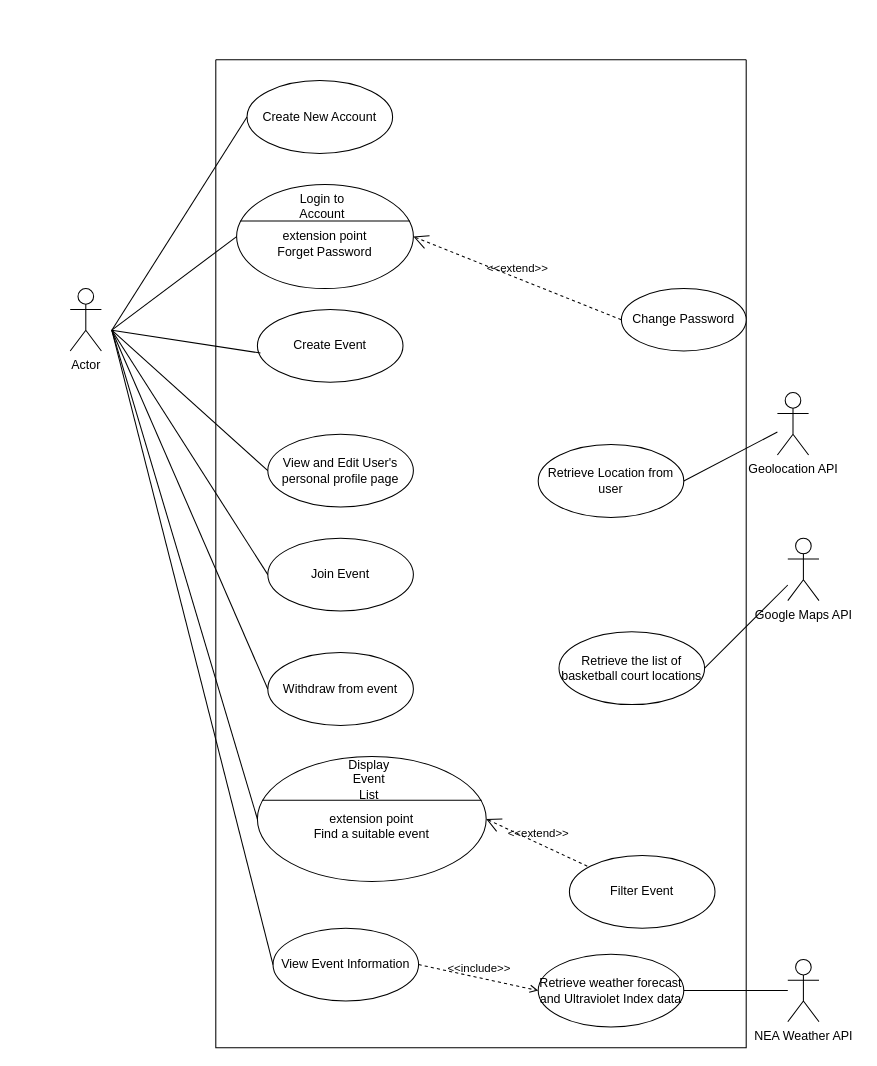
The draw.io diagram Untitled Diagram.drawio in Tinkybala/basket, before the edit. Source tidied: cells renumbered, new cells numbered last; positions are measured from the earlier drawing's top-left corner, leaving out a move shared by most shapes. Both pictures are drawn from the tidied source at 104%, with x=0, y=0 at pixel (70, 59).
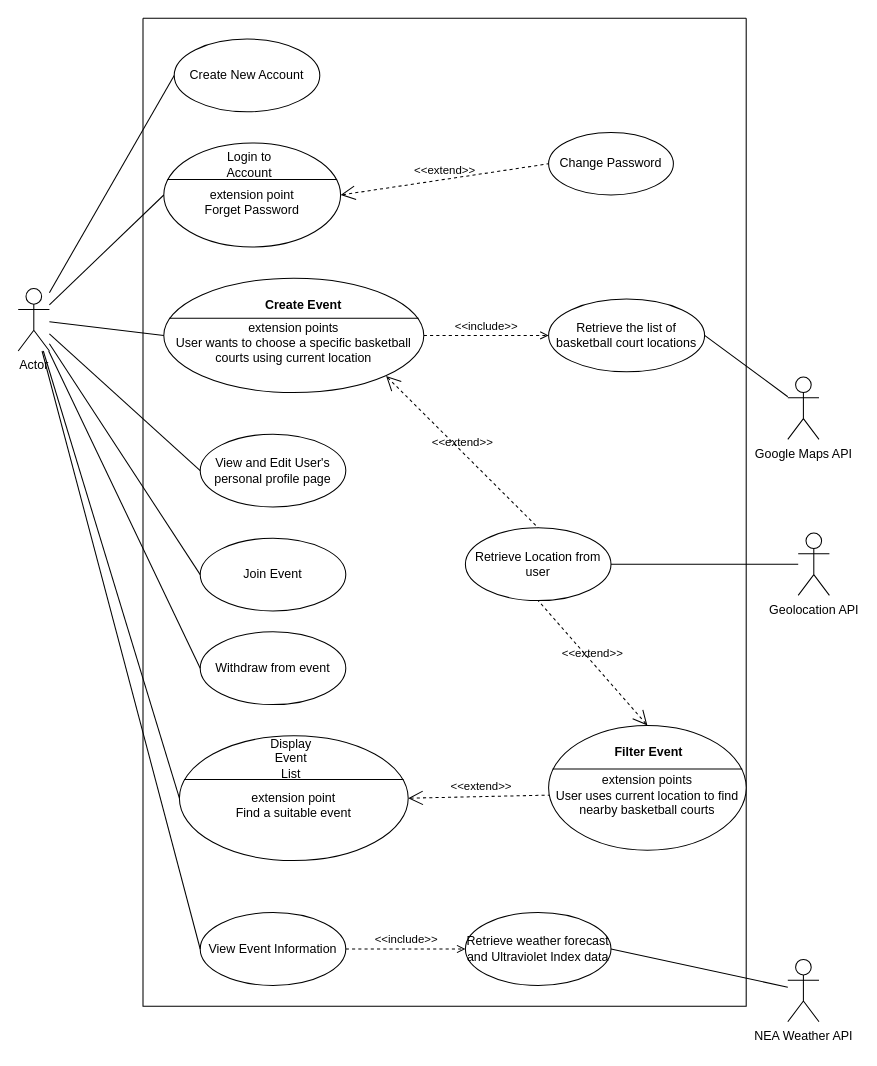
The same page after the edit.

Commit message:
Final communist party plan

The change refers to these unchanged cells:
```xml
<mxCell id="4" value="Create New Account" style="ellipse;whiteSpace=wrap;html=1;" parent="3" vertex="1">
  <mxGeometry x="30" y="20" width="140" height="70" as="geometry" />
</mxCell>
<mxCell id="9" value="&lt;br&gt;extension point&lt;br&gt;&lt;div&gt;Forget Password&lt;/div&gt;" style="html=1;shape=mxgraph.sysml.useCaseExtPt;whiteSpace=wrap;align=center;" parent="3" vertex="1">
  <mxGeometry x="20" y="120" width="170" height="100" as="geometry" />
</mxCell>
```

Change to the diagram source:
```diff
@@
     <mxCell id="2" value="Actor" style="shape=umlActor;verticalLabelPosition=bottom;verticalAlign=top;html=1;outlineConnect=0;" parent="1" vertex="1">
-      <mxGeometry y="220" width="30" height="60" as="geometry" />
+      <mxGeometry x="-50" y="220" width="30" height="60" as="geometry" />
     </mxCell>
     <mxCell id="3" style="swimlane;startSize=0;" parent="1" vertex="1">
-      <mxGeometry x="140" width="510" height="950" as="geometry" />
+      <mxGeometry x="70" y="-40" width="580" height="950" as="geometry" />
     </mxCell>
@@
     <mxCell id="5" value="View and Edit User's personal profile page" style="ellipse;whiteSpace=wrap;html=1;" parent="3" vertex="1">
-      <mxGeometry x="50" y="360" width="140" height="70" as="geometry" />
+      <mxGeometry x="55" y="400" width="140" height="70" as="geometry" />
     </mxCell>
     <mxCell id="6" value="Withdraw from event" style="ellipse;whiteSpace=wrap;html=1;" parent="3" vertex="1">
-      <mxGeometry x="50" y="570" width="140" height="70" as="geometry" />
+      <mxGeometry x="55" y="590" width="140" height="70" as="geometry" />
     </mxCell>
-    <mxCell id="7" value="Create Event" style="ellipse;whiteSpace=wrap;html=1;" parent="3" vertex="1">
-      <mxGeometry x="40" y="240" width="140" height="70" as="geometry" />
-    </mxCell>
-    <mxCell id="8" value="Filter Event" style="ellipse;whiteSpace=wrap;html=1;" parent="3" vertex="1">
-      <mxGeometry x="340" y="765" width="140" height="70" as="geometry" />
-    </mxCell>
@@
     <mxCell id="11" value="Join Event" style="ellipse;whiteSpace=wrap;html=1;" parent="3" vertex="1">
-      <mxGeometry x="50" y="460" width="140" height="70" as="geometry" />
+      <mxGeometry x="55" y="500" width="140" height="70" as="geometry" />
     </mxCell>
     <mxCell id="12" value="&lt;span style=&quot;font-weight: normal;&quot;&gt;Change Password&lt;/span&gt;" style="shape=ellipse;html=1;strokeWidth=1;fontStyle=1;whiteSpace=wrap;align=center;perimeter=ellipsePerimeter;" parent="3" vertex="1">
-      <mxGeometry x="390" y="220" width="120" height="60" as="geometry" />
+      <mxGeometry x="390" y="110" width="120" height="60" as="geometry" />
     </mxCell>
@@
-    <mxCell id="14" value="&amp;lt;&amp;lt;extend&amp;gt;&amp;gt;" style="edgeStyle=none;html=1;startArrow=open;endArrow=none;startSize=12;verticalAlign=bottom;dashed=1;labelBackgroundColor=none;rounded=0;exitX=1;exitY=0.5;exitDx=0;exitDy=0;exitPerimeter=0;" parent="3" edge="1" source="15" target="8">
+    <mxCell id="14" value="&amp;lt;&amp;lt;extend&amp;gt;&amp;gt;" style="edgeStyle=none;html=1;startArrow=open;endArrow=none;startSize=12;verticalAlign=bottom;dashed=1;labelBackgroundColor=none;rounded=0;exitX=1;exitY=0.5;exitDx=0;exitDy=0;exitPerimeter=0;entryX=0.021;entryY=0.558;entryDx=0;entryDy=0;entryPerimeter=0;" parent="3" edge="1" source="15" target="37">
       <mxGeometry relative="1" as="geometry" />
     </mxCell>
     <mxCell id="15" value="&lt;br&gt;extension point&lt;br&gt;&lt;div&gt;Find a suitable event&lt;/div&gt;" style="html=1;shape=mxgraph.sysml.useCaseExtPt;whiteSpace=wrap;align=center;" parent="3" vertex="1">
-      <mxGeometry x="40" y="670" width="220" height="120" as="geometry" />
+      <mxGeometry x="35" y="690" width="220" height="120" as="geometry" />
     </mxCell>
@@
     <mxCell id="17" value="Retrieve Location from user" style="ellipse;whiteSpace=wrap;html=1;" parent="3" vertex="1">
-      <mxGeometry x="310" y="370" width="140" height="70" as="geometry" />
+      <mxGeometry x="310" y="490" width="140" height="70" as="geometry" />
     </mxCell>
     <mxCell id="18" value="Retrieve the list of basketball court locations" style="ellipse;whiteSpace=wrap;html=1;" parent="3" vertex="1">
-      <mxGeometry x="330" y="550" width="140" height="70" as="geometry" />
+      <mxGeometry x="390" y="270" width="150" height="70" as="geometry" />
     </mxCell>
@@
     <mxCell id="20" value="View Event Information" style="ellipse;whiteSpace=wrap;html=1;" parent="3" vertex="1">
-      <mxGeometry x="55" y="835" width="140" height="70" as="geometry" />
+      <mxGeometry x="55" y="860" width="140" height="70" as="geometry" />
     </mxCell>
@@
+    <mxCell id="36" value="&amp;lt;&amp;lt;include&amp;gt;&amp;gt;" style="edgeStyle=none;html=1;endArrow=open;verticalAlign=bottom;dashed=1;labelBackgroundColor=none;rounded=0;entryX=0;entryY=0.5;entryDx=0;entryDy=0;exitX=1;exitY=0.5;exitDx=0;exitDy=0;exitPerimeter=0;" parent="3" edge="1" source="39" target="18">
+      <mxGeometry relative="1" as="geometry" />
+    </mxCell>
+    <mxCell id="37" value="&lt;br&gt;extension points&lt;br&gt;User uses current location to find nearby basketball courts" style="html=1;shape=mxgraph.sysml.useCaseExtPt;whiteSpace=wrap;align=center;" parent="3" vertex="1">
+      <mxGeometry x="390" y="680" width="190" height="120" as="geometry" />
+    </mxCell>
+    <mxCell id="8" value="Filter Event" style="html=1;verticalAlign=middle;align=center;labelBackgroundColor=none;fontStyle=1;" parent="37" vertex="1">
+      <mxGeometry x="95" y="25.5" as="geometry" />
+    </mxCell>
+    <mxCell id="38" value="&amp;lt;&amp;lt;extend&amp;gt;&amp;gt;" style="edgeStyle=none;html=1;startArrow=open;endArrow=none;startSize=12;verticalAlign=bottom;dashed=1;labelBackgroundColor=none;rounded=0;exitX=0.5;exitY=0;exitDx=0;exitDy=0;exitPerimeter=0;entryX=0.5;entryY=1;entryDx=0;entryDy=0;" parent="3" edge="1" source="37" target="17">
+      <mxGeometry relative="1" as="geometry" />
+    </mxCell>
+    <mxCell id="39" value="&lt;br&gt;extension points&lt;div&gt;User wants to choose a specific basketball courts using current location&lt;/div&gt;" style="html=1;shape=mxgraph.sysml.useCaseExtPt;whiteSpace=wrap;align=center;" parent="3" vertex="1">
+      <mxGeometry x="20" y="250" width="250" height="110" as="geometry" />
+    </mxCell>
+    <mxCell id="7" value="Create Event" style="html=1;verticalAlign=middle;align=center;labelBackgroundColor=none;fontStyle=1;" parent="39" vertex="1">
+      <mxGeometry x="125" y="23.4" as="geometry">
+        <mxPoint x="8" y="2" as="offset" />
+      </mxGeometry>
+    </mxCell>
+    <mxCell id="40" value="&amp;lt;&amp;lt;extend&amp;gt;&amp;gt;" style="edgeStyle=none;html=1;startArrow=open;endArrow=none;startSize=12;verticalAlign=bottom;dashed=1;labelBackgroundColor=none;rounded=0;entryX=0.5;entryY=0;entryDx=0;entryDy=0;exitX=0.855;exitY=0.855;exitDx=0;exitDy=0;exitPerimeter=0;" parent="3" edge="1" source="39" target="17">
+      <mxGeometry relative="1" as="geometry" />
+    </mxCell>
-    <mxCell id="22" style="edgeStyle=none;html=1;endArrow=none;verticalAlign=bottom;rounded=0;entryX=0;entryY=0.5;entryDx=0;entryDy=0;" parent="1" edge="1" target="4">
-      <mxGeometry relative="1" as="geometry">
-        <mxPoint x="40" y="260" as="sourcePoint" />
-      </mxGeometry>
+    <mxCell id="22" style="edgeStyle=none;html=1;endArrow=none;verticalAlign=bottom;rounded=0;entryX=0;entryY=0.5;entryDx=0;entryDy=0;" parent="1" edge="1" source="2" target="4">
+      <mxGeometry relative="1" as="geometry" />
     </mxCell>
-    <mxCell id="23" style="edgeStyle=none;html=1;endArrow=none;verticalAlign=bottom;rounded=0;entryX=0;entryY=0.5;entryDx=0;entryDy=0;entryPerimeter=0;" parent="1" edge="1" target="9">
-      <mxGeometry relative="1" as="geometry">
-        <mxPoint x="40" y="260" as="sourcePoint" />
-      </mxGeometry>
+    <mxCell id="23" style="edgeStyle=none;html=1;endArrow=none;verticalAlign=bottom;rounded=0;entryX=0;entryY=0.5;entryDx=0;entryDy=0;entryPerimeter=0;" parent="1" edge="1" source="2" target="9">
+      <mxGeometry relative="1" as="geometry" />
     </mxCell>
-    <mxCell id="24" style="edgeStyle=none;html=1;endArrow=none;verticalAlign=bottom;rounded=0;entryX=0.021;entryY=0.6;entryDx=0;entryDy=0;entryPerimeter=0;" parent="1" edge="1" target="7">
-      <mxGeometry relative="1" as="geometry">
-        <mxPoint x="40" y="260" as="sourcePoint" />
-      </mxGeometry>
+    <mxCell id="24" style="edgeStyle=none;html=1;endArrow=none;verticalAlign=bottom;rounded=0;entryX=0;entryY=0.5;entryDx=0;entryDy=0;entryPerimeter=0;" parent="1" edge="1" source="2" target="39">
+      <mxGeometry relative="1" as="geometry" />
     </mxCell>
-    <mxCell id="25" style="edgeStyle=none;html=1;endArrow=none;verticalAlign=bottom;rounded=0;entryX=0;entryY=0.5;entryDx=0;entryDy=0;" parent="1" edge="1" target="5">
-      <mxGeometry relative="1" as="geometry">
-        <mxPoint x="40" y="260" as="sourcePoint" />
-      </mxGeometry>
+    <mxCell id="25" style="edgeStyle=none;html=1;endArrow=none;verticalAlign=bottom;rounded=0;entryX=0;entryY=0.5;entryDx=0;entryDy=0;" parent="1" edge="1" source="2" target="5">
+      <mxGeometry relative="1" as="geometry" />
     </mxCell>
-    <mxCell id="26" style="edgeStyle=none;html=1;endArrow=none;verticalAlign=bottom;rounded=0;entryX=0;entryY=0.5;entryDx=0;entryDy=0;" parent="1" edge="1" target="11">
-      <mxGeometry relative="1" as="geometry">
-        <mxPoint x="40" y="260" as="sourcePoint" />
-      </mxGeometry>
+    <mxCell id="26" style="edgeStyle=none;html=1;endArrow=none;verticalAlign=bottom;rounded=0;entryX=0;entryY=0.5;entryDx=0;entryDy=0;" parent="1" edge="1" source="2" target="11">
+      <mxGeometry relative="1" as="geometry" />
     </mxCell>
-    <mxCell id="27" style="edgeStyle=none;html=1;endArrow=none;verticalAlign=bottom;rounded=0;entryX=0;entryY=0.5;entryDx=0;entryDy=0;" parent="1" edge="1" target="6">
-      <mxGeometry relative="1" as="geometry">
-        <mxPoint x="40" y="260" as="sourcePoint" />
-      </mxGeometry>
+    <mxCell id="27" style="edgeStyle=none;html=1;endArrow=none;verticalAlign=bottom;rounded=0;entryX=0;entryY=0.5;entryDx=0;entryDy=0;" parent="1" edge="1" source="2" target="6">
+      <mxGeometry relative="1" as="geometry" />
     </mxCell>
-    <mxCell id="28" style="edgeStyle=none;html=1;endArrow=none;verticalAlign=bottom;rounded=0;entryX=0;entryY=0.5;entryDx=0;entryDy=0;entryPerimeter=0;" parent="1" edge="1" target="15">
-      <mxGeometry relative="1" as="geometry">
-        <mxPoint x="40" y="260" as="sourcePoint" />
-      </mxGeometry>
+    <mxCell id="28" style="edgeStyle=none;html=1;endArrow=none;verticalAlign=bottom;rounded=0;entryX=0;entryY=0.5;entryDx=0;entryDy=0;entryPerimeter=0;" parent="1" edge="1" source="2" target="15">
+      <mxGeometry relative="1" as="geometry" />
     </mxCell>
     <mxCell id="29" value="Geolocation API" style="shape=umlActor;verticalLabelPosition=bottom;verticalAlign=top;html=1;" parent="1" vertex="1">
-      <mxGeometry x="680" y="320" width="30" height="60" as="geometry" />
+      <mxGeometry x="700" y="455" width="30" height="60" as="geometry" />
     </mxCell>
@@
     <mxCell id="31" value="Google Maps API" style="shape=umlActor;html=1;verticalLabelPosition=bottom;verticalAlign=top;align=center;" parent="1" vertex="1">
-      <mxGeometry x="690" y="460" width="30" height="60" as="geometry" />
+      <mxGeometry x="690" y="305" width="30" height="60" as="geometry" />
     </mxCell>
@@
-    <mxCell id="35" style="edgeStyle=none;html=1;endArrow=none;verticalAlign=bottom;rounded=0;entryX=0;entryY=0.5;entryDx=0;entryDy=0;" parent="1" edge="1" target="20">
-      <mxGeometry relative="1" as="geometry">
-        <mxPoint x="40" y="260" as="sourcePoint" />
-      </mxGeometry>
+    <mxCell id="35" style="edgeStyle=none;html=1;endArrow=none;verticalAlign=bottom;rounded=0;entryX=0;entryY=0.5;entryDx=0;entryDy=0;" parent="1" edge="1" source="2" target="20">
+      <mxGeometry relative="1" as="geometry" />
     </mxCell>
```
